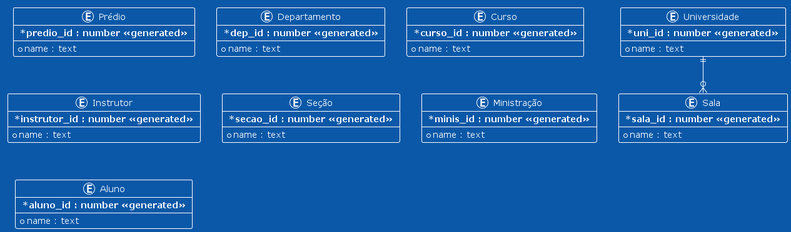
The PlantUML diagram package.png in LBranco27/ultra-database, before a commit.
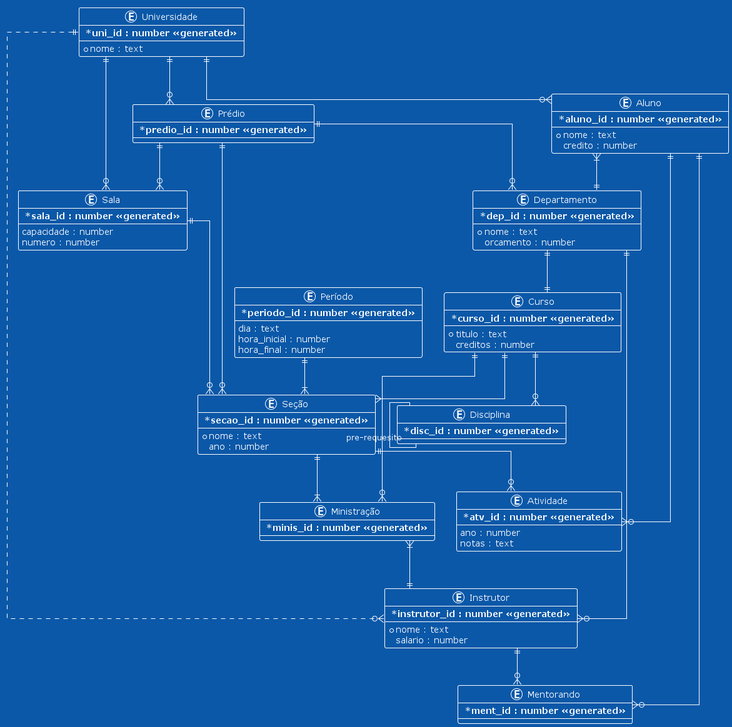
After the commit.

Commit message:
atributos e relacionamentos adicionados

Change to the diagram source:
```diff
@@ -1,59 +1,111 @@
 @startuml
 !theme amiga
+
+skinparam linetype ortho
 
 entity "Universidade" as uni {
         ** *uni_id : number <<generated>> **
         --
-        *name : text
+	*nome : text
 }
 
 entity "Sala" as sala {
         ** *sala_id : number <<generated>> **
         --
-        *name : text
+        capacidade : number
+        numero : number
 }
 
 entity "Prédio" as predio {
         ** *predio_id : number <<generated>> **
         --
-        *name : text
 }
 
 entity "Departamento" as dep {
         ** *dep_id : number <<generated>> **
         --
-        *name : text
+	*nome : text
+	orcamento : number
 }
 
 entity "Curso" as curso {
         ** *curso_id : number <<generated>> **
         --
-        *name : text
+	*titulo : text
+	creditos : number
 }
 
 entity "Instrutor" as instrutor {
         ** *instrutor_id : number <<generated>> **
         --
-        *name : text
+	*nome : text
+	salario : number
 }
 
 entity "Seção" as secao {
         ** *secao_id : number <<generated>> **
         --
-        *name : text
+        *nome : text
+	ano : number
 }
 
 entity "Ministração" as minis {
         ** *minis_id : number <<generated>> **
         --
-        *name : text
 }
 
 entity "Aluno" as aluno {
         ** *aluno_id : number <<generated>> **
         --
-        *name : text
+        *nome : text
+	credito : number
 }
 
+entity "Período" as periodo {
+	** *periodo_id : number <<generated>> **
+	--
+	dia : text
+	hora_inicial : number
+	hora_final : number
+}
+
+entity "Disciplina" as disc {
+	** *disc_id : number <<generated>> **
+	--
+}
+
+entity "Atividade" as atv {
+	** *atv_id : number <<generated>> **
+	--
+	ano : number
+	notas : text
+}
+
+entity "Mentorando" as ment {
+	** *ment_id : number <<generated>> **
+	--
+}
+
+uni ||--o{ predio
 uni ||--o{ sala
+uni ||--o{ aluno
+uni ||..o{ instrutor
+predio ||--o{ sala
+predio ||--o{ dep
+predio ||--o{ secao
+dep ||--|| curso
+dep ||--o{ instrutor
+curso ||--|{ secao
+curso ||--o{ minis
+sala ||--o{ secao
+periodo ||--|{ secao
+secao ||--|{ minis
+minis }|--|| instrutor
+instrutor ||--o{ ment
+aluno }|--|| dep
+aluno ||--o{ atv
+aluno ||--o{ ment
+secao ||--o{ atv
+curso ||--o{ disc
+disc -- disc : pre-requesito
 @enduml
```
